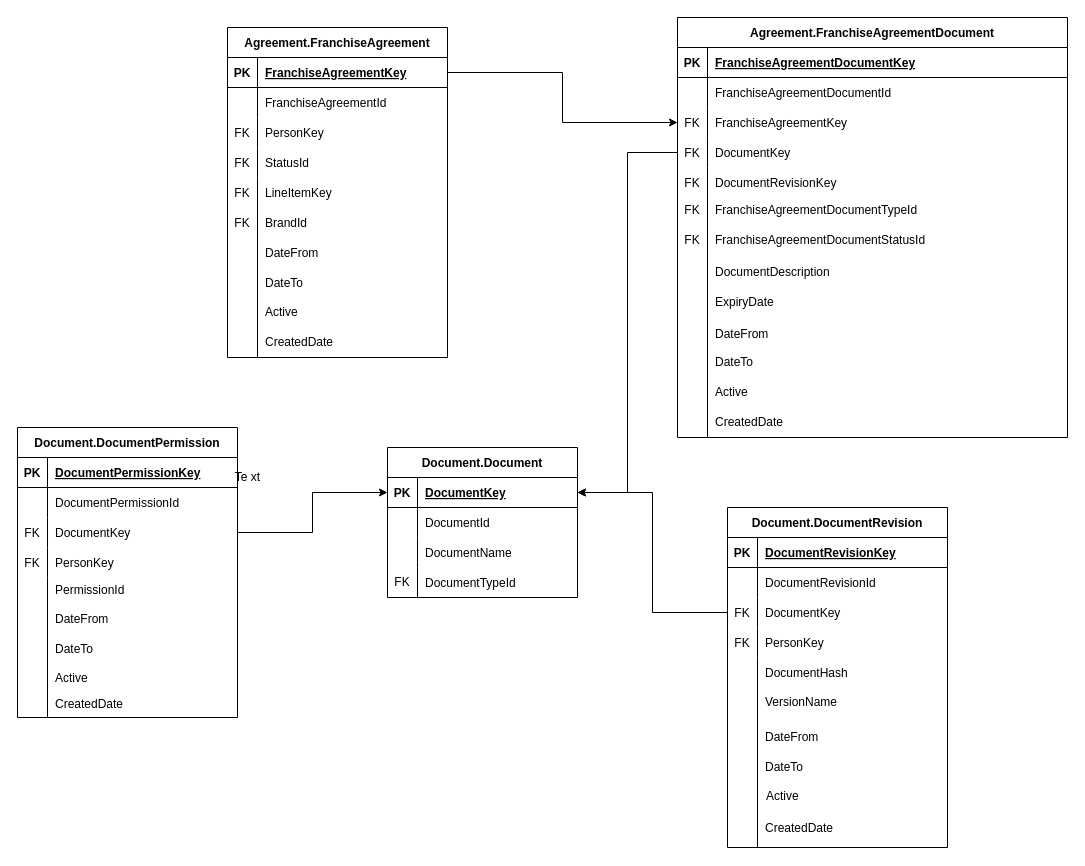
AA-Mike/SqlToolbox keeps this draw.io diagram as FCA.drawio. Above is the earlier version. Source tidied: cells renumbered, new cells numbered last; positions are measured from the earlier drawing's top-left corner, leaving out a move shared by most shapes. Both pictures are drawn from the tidied source at 100%, with x=0, y=0 at pixel (17, 17).
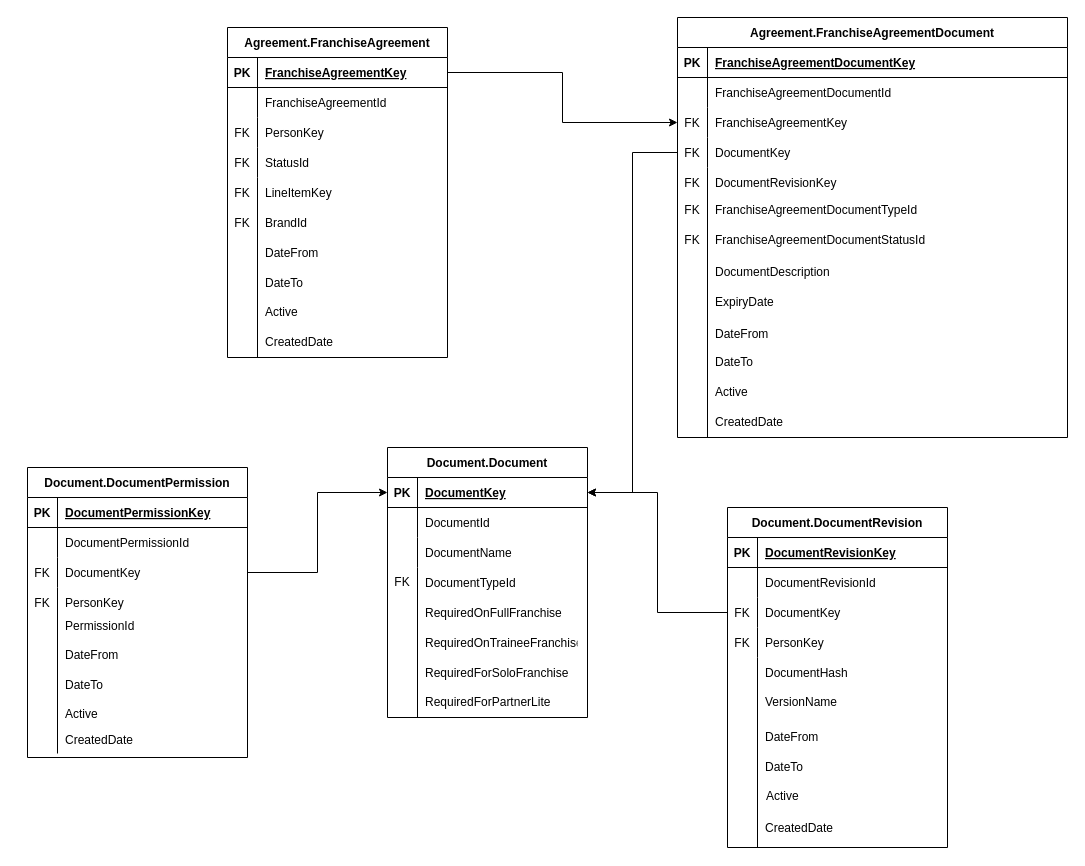
After the change.

What changed in the source:
```diff
@@
     <mxCell id="48" value="Document.Document" style="shape=table;startSize=30;childLayout=tableLayout;rowLines=0;fontStyle=1;align=center;" parent="1" vertex="1">
-      <mxGeometry x="370" y="430" width="190" height="150" as="geometry" />
+      <mxGeometry x="370" y="430" width="200" height="270" as="geometry" />
     </mxCell>
     <mxCell id="49" style="shape=tableRow;horizontal=0;startSize=0;swimlaneHead=0;swimlaneBody=0;fillColor=none;points=[[0,0.5],[1,0.5]];portConstraint=eastwest;top=0;left=0;right=0;bottom=1;" parent="48" vertex="1">
-      <mxGeometry y="30" width="190" height="30" as="geometry" />
+      <mxGeometry y="30" width="200" height="30" as="geometry" />
     </mxCell>
@@
     <mxCell id="51" value="DocumentKey" style="shape=partialRectangle;fillColor=none;top=0;left=0;bottom=0;right=0;align=left;spacingLeft=6;fontStyle=5;overflow=hidden;" parent="49" vertex="1">
-      <mxGeometry x="30" width="160" height="30" as="geometry" />
+      <mxGeometry x="30" width="170" height="30" as="geometry" />
     </mxCell>
     <mxCell id="52" style="shape=tableRow;horizontal=0;startSize=0;swimlaneHead=0;swimlaneBody=0;fillColor=none;top=0;left=0;right=0;bottom=0;" parent="48" vertex="1">
-      <mxGeometry y="60" width="190" height="30" as="geometry" />
+      <mxGeometry y="60" width="200" height="30" as="geometry" />
     </mxCell>
@@
     <mxCell id="54" value="DocumentId" style="shape=partialRectangle;fillColor=none;top=0;left=0;bottom=0;right=0;align=left;spacingLeft=6;overflow=hidden;" parent="52" vertex="1">
-      <mxGeometry x="30" width="160" height="30" as="geometry" />
+      <mxGeometry x="30" width="170" height="30" as="geometry" />
     </mxCell>
     <mxCell id="55" style="shape=tableRow;horizontal=0;startSize=0;swimlaneHead=0;swimlaneBody=0;fillColor=none;top=0;left=0;right=0;bottom=0;" parent="48" vertex="1">
-      <mxGeometry y="90" width="190" height="30" as="geometry" />
+      <mxGeometry y="90" width="200" height="30" as="geometry" />
     </mxCell>
@@
     <mxCell id="57" value="DocumentName" style="shape=partialRectangle;fillColor=none;top=0;left=0;bottom=0;right=0;align=left;spacingLeft=6;overflow=hidden;" parent="55" vertex="1">
-      <mxGeometry x="30" width="160" height="30" as="geometry" />
+      <mxGeometry x="30" width="170" height="30" as="geometry" />
     </mxCell>
@@
     <mxCell id="59" value="Document.DocumentPermission" style="shape=table;startSize=30;childLayout=tableLayout;rowLines=0;fontStyle=1;align=center;" parent="1" vertex="1">
-      <mxGeometry y="410" width="220" height="290" as="geometry" />
+      <mxGeometry x="10" y="450" width="220" height="290" as="geometry" />
     </mxCell>
@@
     <mxCell id="72" style="shape=tableRow;horizontal=0;startSize=0;swimlaneHead=0;swimlaneBody=0;fillColor=none;top=0;left=0;right=0;bottom=0;" parent="1" vertex="1">
-      <mxGeometry y="560" width="220" height="30" as="geometry" />
+      <mxGeometry x="10" y="596" width="220" height="30" as="geometry" />
     </mxCell>
     <mxCell id="73" value="DateFrom" style="shape=partialRectangle;fillColor=none;top=0;left=0;bottom=0;right=0;align=left;spacingLeft=6;overflow=hidden;" parent="1" vertex="1">
-      <mxGeometry x="30" y="586" width="190" height="30" as="geometry" />
+      <mxGeometry x="40" y="622" width="190" height="30" as="geometry" />
     </mxCell>
     <mxCell id="74" value="DateTo" style="shape=partialRectangle;fillColor=none;top=0;left=0;bottom=0;right=0;align=left;spacingLeft=6;overflow=hidden;" parent="1" vertex="1">
-      <mxGeometry x="30" y="616" width="190" height="30" as="geometry" />
+      <mxGeometry x="40" y="652" width="190" height="30" as="geometry" />
     </mxCell>
     <mxCell id="75" value="Active" style="shape=partialRectangle;fillColor=none;top=0;left=0;bottom=0;right=0;align=left;spacingLeft=6;overflow=hidden;" parent="1" vertex="1">
-      <mxGeometry x="30" y="645" width="190" height="30" as="geometry" />
+      <mxGeometry x="40" y="681" width="190" height="30" as="geometry" />
     </mxCell>
     <mxCell id="76" value="CreatedDate" style="shape=partialRectangle;fillColor=none;top=0;left=0;bottom=0;right=0;align=left;spacingLeft=6;overflow=hidden;" parent="1" vertex="1">
-      <mxGeometry x="30" y="675" width="190" height="22" as="geometry" />
+      <mxGeometry x="40" y="711" width="190" height="22" as="geometry" />
     </mxCell>
     <mxCell id="77" style="endArrow=none;html=1;rounded=0;" parent="1" edge="1">
       <mxGeometry relative="1" as="geometry">
-        <mxPoint x="30" y="700" as="sourcePoint" />
-        <mxPoint x="30" y="560" as="targetPoint" />
+        <mxPoint x="40" y="736" as="sourcePoint" />
+        <mxPoint x="40" y="596" as="targetPoint" />
       </mxGeometry>
     </mxCell>
@@
     <mxCell id="104" value="DocumentTypeId" style="shape=partialRectangle;fillColor=none;top=0;left=0;bottom=0;right=0;align=left;spacingLeft=6;overflow=hidden;" parent="1" vertex="1">
-      <mxGeometry x="400" y="550" width="190" height="30" as="geometry" />
+      <mxGeometry x="400" y="550" width="160" height="30" as="geometry" />
     </mxCell>
@@
     <mxCell id="106" style="endArrow=none;html=1;rounded=0;" parent="1" edge="1">
       <mxGeometry relative="1" as="geometry">
         <mxPoint x="400" y="550" as="sourcePoint" />
-        <mxPoint x="400" y="580.7" as="targetPoint" />
+        <mxPoint x="400" y="700" as="targetPoint" />
       </mxGeometry>
     </mxCell>
@@
     <mxCell id="108" value="PermissionId" style="shape=partialRectangle;fillColor=none;top=0;left=0;bottom=0;right=0;align=left;spacingLeft=6;overflow=hidden;" parent="1" vertex="1">
-      <mxGeometry x="30" y="557" width="190" height="30" as="geometry" />
+      <mxGeometry x="40" y="593" width="190" height="30" as="geometry" />
     </mxCell>
-    <mxCell id="109" value="Te xt" style="text;html=1;align=center;verticalAlign=middle;strokeColor=none;fillColor=none;" parent="1" vertex="1">
-      <mxGeometry x="205" y="445" width="50" height="30" as="geometry" />
-    </mxCell>
@@
+    <mxCell id="111" value="RequiredOnFullFranchise" style="shape=partialRectangle;fillColor=none;top=0;left=0;bottom=0;right=0;align=left;spacingLeft=6;overflow=hidden;" parent="1" vertex="1">
+      <mxGeometry x="400" y="580" width="160" height="30" as="geometry" />
+    </mxCell>
+    <mxCell id="112" value="RequiredOnTraineeFranchise" style="shape=partialRectangle;fillColor=none;top=0;left=0;bottom=0;right=0;align=left;spacingLeft=6;overflow=hidden;" parent="1" vertex="1">
+      <mxGeometry x="400" y="610" width="160" height="30" as="geometry" />
+    </mxCell>
+    <mxCell id="113" value="RequiredForSoloFranchise" style="shape=partialRectangle;fillColor=none;top=0;left=0;bottom=0;right=0;align=left;spacingLeft=6;overflow=hidden;" parent="1" vertex="1">
+      <mxGeometry x="400" y="640" width="160" height="30" as="geometry" />
+    </mxCell>
+    <mxCell id="114" value="RequiredForPartnerLite" style="shape=partialRectangle;fillColor=none;top=0;left=0;bottom=0;right=0;align=left;spacingLeft=6;overflow=hidden;" parent="1" vertex="1">
+      <mxGeometry x="400" y="669" width="160" height="30" as="geometry" />
+    </mxCell>
```
